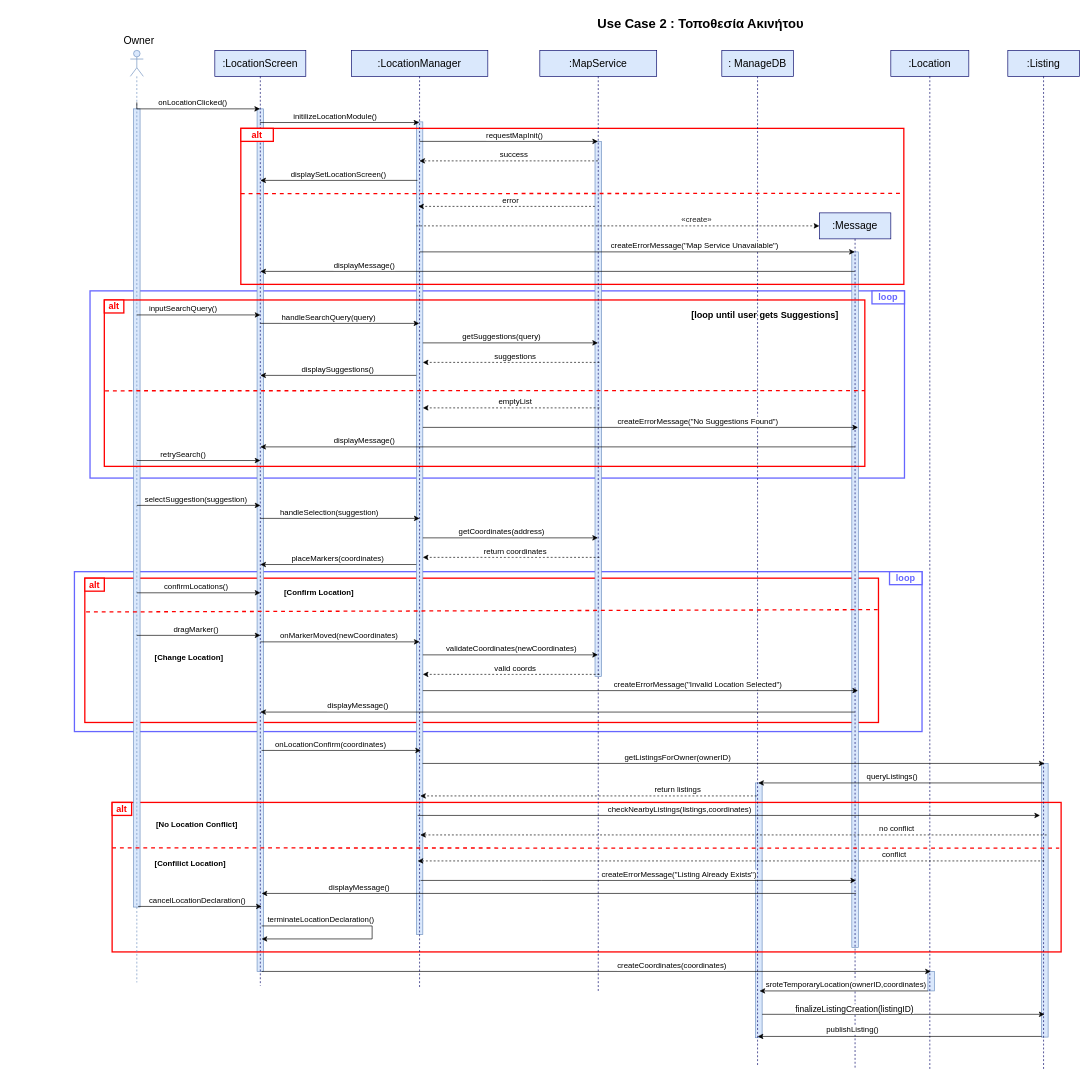
The draw.io diagram page "user-case-2" (2 of 15) of Παραδοτεο 3/sequences_new2.drawio in evelinastavropoulou/HomeLink, before the edit. Source tidied: cells renumbered, new cells numbered last; positions are measured from the earlier drawing's top-left corner, leaving out a move shared by most shapes. Both pictures are drawn from the tidied source at 65%, with x=0, y=0 at pixel (74, 11).
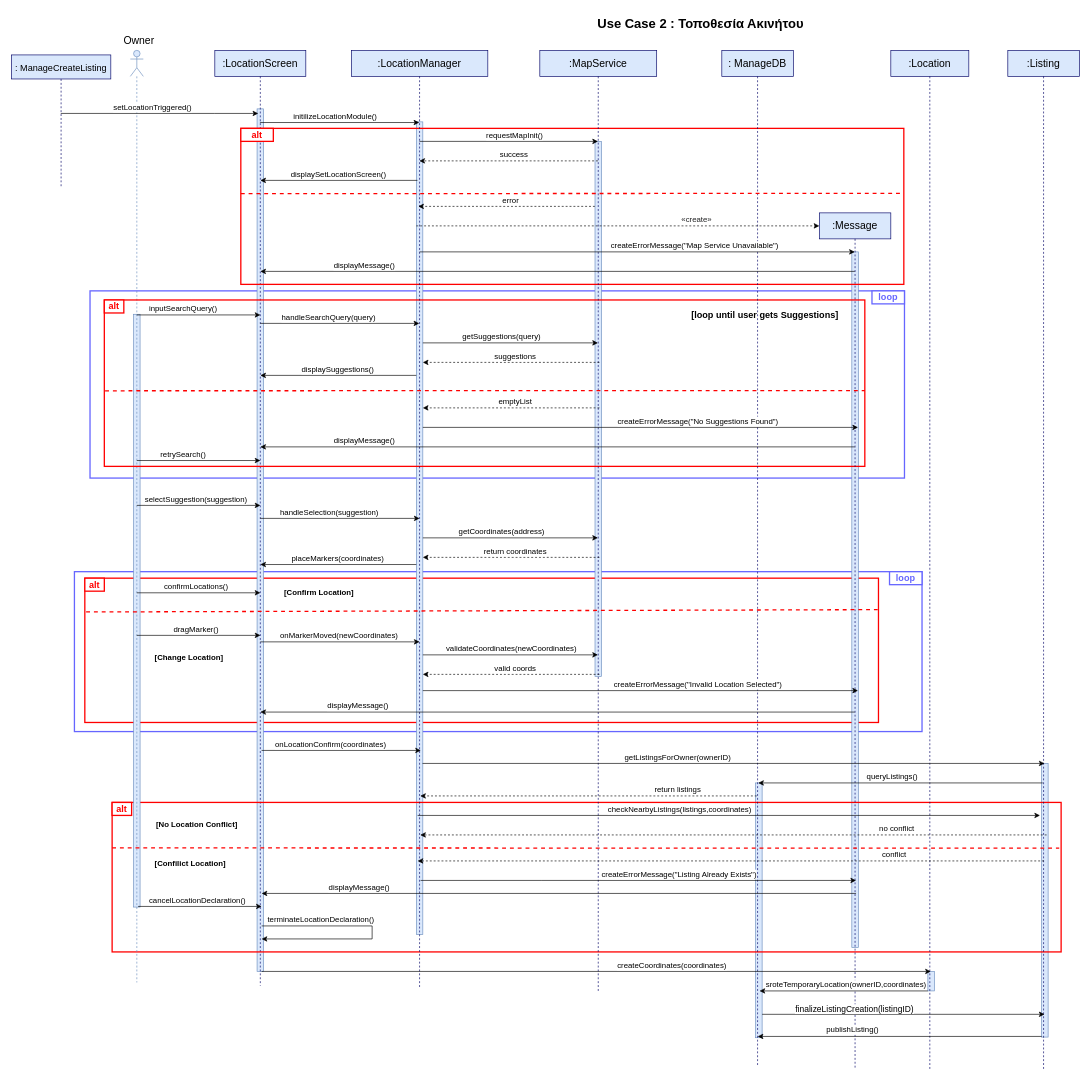
The same diagram, later.

The change refers to these unchanged cells:
```xml
<mxCell id="12" value=":LocationScreen" style="shape=umlLifeline;perimeter=lifelinePerimeter;whiteSpace=wrap;html=1;outlineConnect=0;portConstraint=eastwest;newEdgeStyle={&quot;curved&quot;:0,&quot;rounded&quot;:0};fillColor=#dae8fc;strokeColor=#000066;fontSize=16;" parent="1" vertex="1">
  <mxGeometry x="216" y="60" width="140" height="1439" as="geometry" />
</mxCell>
```

What changed in the source:
```diff
@@
     <mxCell id="14" style="rounded=0;whiteSpace=wrap;html=1;fillColor=#dae8fc;strokeColor=#6c8ebf;" parent="1" vertex="1">
-      <mxGeometry x="91" y="150" width="10" height="1228" as="geometry" />
+      <mxGeometry x="91" y="466" width="10" height="912" as="geometry" />
     </mxCell>
@@
-    <mxCell id="22" style="edgeStyle=orthogonalEdgeStyle;rounded=0;jettySize=auto;html=1;curved=0;" parent="1" edge="1" target="12">
+    <mxCell id="22" style="edgeStyle=orthogonalEdgeStyle;rounded=0;jettySize=auto;html=1;curved=0;" parent="1" edge="1" source="131">
       <mxGeometry relative="1" as="geometry">
-        <mxPoint x="96" y="140" as="sourcePoint" />
+        <mxPoint x="282.8" y="157" as="targetPoint" />
         <Array as="points">
-          <mxPoint x="96" y="150" />
+          <mxPoint x="216" y="157" />
+          <mxPoint x="216" y="157" />
         </Array>
       </mxGeometry>
     </mxCell>
-    <mxCell id="23" value="onLocationClicked()" style="edgeLabel;html=1;align=center;verticalAlign=middle;fontSize=12;" parent="22" vertex="1">
+    <mxCell id="23" value="setLocationTriggered()" style="edgeLabel;html=1;align=center;verticalAlign=middle;fontSize=12;" parent="22" vertex="1">
       <mxGeometry x="-0.14" y="3" relative="1" as="geometry">
         <mxPoint x="9" y="-7" as="offset" />
       </mxGeometry>
     </mxCell>
@@
+    <mxCell id="131" value="&lt;span style=&quot;font-size: 14px;&quot;&gt;: ManageCreateListing&lt;/span&gt;" style="shape=umlLifeline;perimeter=lifelinePerimeter;whiteSpace=wrap;html=1;outlineConnect=0;portConstraint=eastwest;newEdgeStyle={&quot;curved&quot;:0,&quot;rounded&quot;:0};fillColor=#dae8fc;strokeColor=#000066;fontSize=16;size=37;" parent="1" vertex="1">
+      <mxGeometry x="-97" y="67" width="153" height="204" as="geometry" />
+    </mxCell>
```
